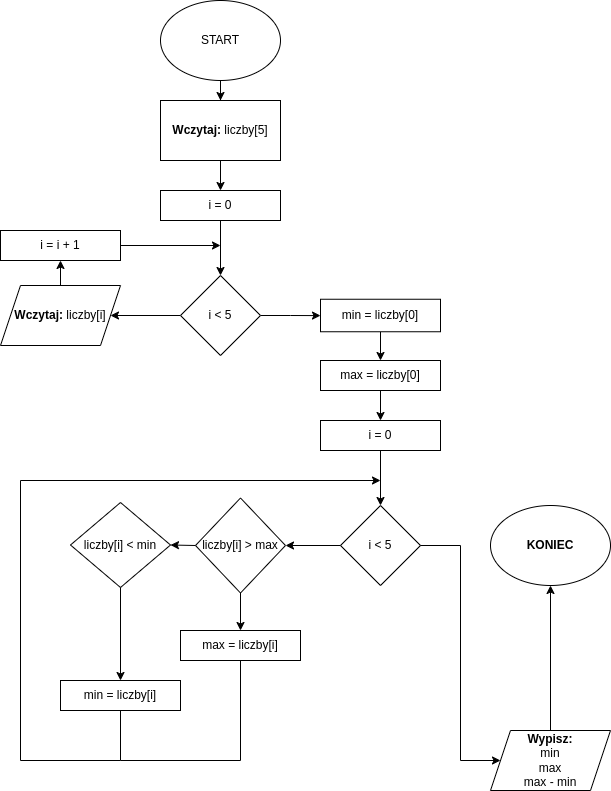
Earlier version of the draw.io export 04.drawio.png (UmarlyPoeta/podstawy_inf_sprawozdania). Source tidied: cells renumbered, new cells last; positions are measured from the earlier drawing's top-left corner, leaving out a move shared by most shapes.
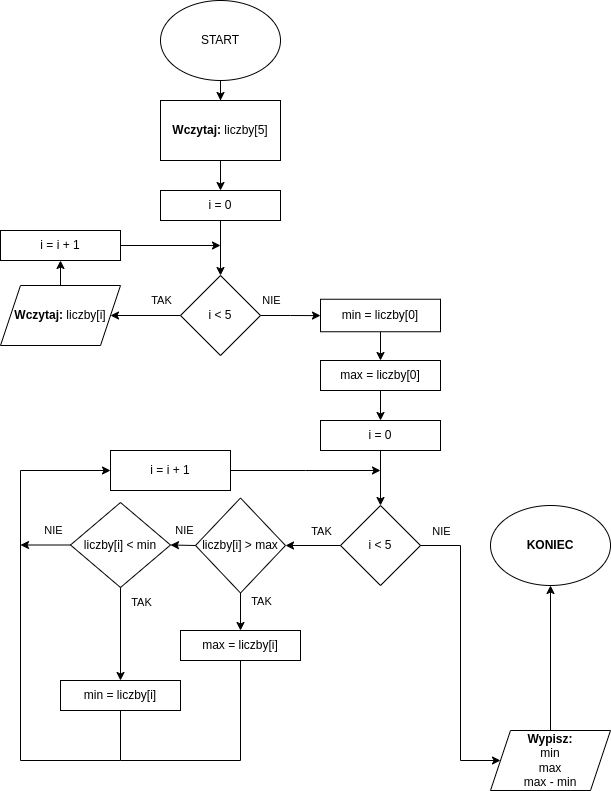
The same diagram one commit later.

What changed in the source:
```diff
@@ -26,9 +26,19 @@
     <mxCell id="9" style="edgeStyle=orthogonalEdgeStyle;rounded=0;jettySize=auto;html=1;" parent="1" edge="1" source="11" target="13">
       <mxGeometry relative="1" as="geometry" />
     </mxCell>
+    <mxCell id="39" value="TAK" style="edgeLabel;html=1;align=center;verticalAlign=middle;" parent="9" vertex="1">
+      <mxGeometry x="-0.26" relative="1" as="geometry">
+        <mxPoint x="6" y="-16" as="offset" />
+      </mxGeometry>
+    </mxCell>
     <mxCell id="10" style="edgeStyle=orthogonalEdgeStyle;rounded=0;jettySize=auto;html=1;" parent="1" edge="1" source="11" target="17">
       <mxGeometry relative="1" as="geometry" />
     </mxCell>
+    <mxCell id="40" value="NIE" style="edgeLabel;html=1;align=center;verticalAlign=middle;" parent="10" vertex="1">
+      <mxGeometry x="-0.23" y="-1" relative="1" as="geometry">
+        <mxPoint x="-13" y="-17" as="offset" />
+      </mxGeometry>
+    </mxCell>
     <mxCell id="11" value="i &amp;lt; 5" style="rhombus;whiteSpace=wrap;html=1;rounded=0;" parent="1" vertex="1">
       <mxGeometry x="180" y="275" width="80" height="80" as="geometry" />
     </mxCell>
@@ -70,6 +80,16 @@
     <mxCell id="23" value="liczby[i] &amp;gt; max" style="rhombus;whiteSpace=wrap;html=1;" parent="1" vertex="1">
       <mxGeometry x="195" y="497.5" width="90" height="95" as="geometry" />
     </mxCell>
+    <mxCell id="41" style="edgeStyle=orthogonalEdgeStyle;rounded=0;jettySize=auto;html=1;" parent="1" edge="1" source="24">
+      <mxGeometry relative="1" as="geometry">
+        <mxPoint x="20" y="544.5" as="targetPoint" />
+      </mxGeometry>
+    </mxCell>
+    <mxCell id="42" value="NIE" style="edgeLabel;html=1;align=center;verticalAlign=middle;" parent="41" vertex="1">
+      <mxGeometry x="-0.33" y="2" relative="1" as="geometry">
+        <mxPoint y="-17" as="offset" />
+      </mxGeometry>
+    </mxCell>
     <mxCell id="24" value="liczby[i] &amp;lt; min" style="rhombus;whiteSpace=wrap;html=1;" parent="1" vertex="1">
       <mxGeometry x="70" y="502" width="100" height="85" as="geometry" />
     </mxCell>
@@ -82,15 +102,35 @@
     <mxCell id="27" style="endArrow=classic;html=1;rounded=0;exitX=0;exitY=0.5;exitDx=0;exitDy=0;entryX=1;entryY=0.5;entryDx=0;entryDy=0;" parent="1" edge="1" source="22" target="23">
       <mxGeometry relative="1" as="geometry" />
     </mxCell>
+    <mxCell id="43" value="TAK" style="edgeLabel;html=1;align=center;verticalAlign=middle;" parent="27" vertex="1">
+      <mxGeometry x="-0.42" y="1" relative="1" as="geometry">
+        <mxPoint x="-4" y="-16" as="offset" />
+      </mxGeometry>
+    </mxCell>
     <mxCell id="28" style="endArrow=classic;html=1;rounded=0;exitX=0.5;exitY=1;exitDx=0;exitDy=0;entryX=0.5;entryY=0;entryDx=0;entryDy=0;" parent="1" edge="1" source="23" target="25">
       <mxGeometry relative="1" as="geometry" />
     </mxCell>
+    <mxCell id="44" value="TAK" style="edgeLabel;html=1;align=center;verticalAlign=middle;" parent="28" vertex="1">
+      <mxGeometry x="-0.07" y="2" relative="1" as="geometry">
+        <mxPoint x="18" y="-9" as="offset" />
+      </mxGeometry>
+    </mxCell>
     <mxCell id="29" style="endArrow=classic;html=1;rounded=0;exitX=0;exitY=0.5;exitDx=0;exitDy=0;entryX=1;entryY=0.5;entryDx=0;entryDy=0;" parent="1" edge="1" source="23" target="24">
       <mxGeometry relative="1" as="geometry" />
     </mxCell>
+    <mxCell id="45" value="NIE" style="edgeLabel;html=1;align=center;verticalAlign=middle;" parent="29" vertex="1">
+      <mxGeometry x="-0.12" y="2" relative="1" as="geometry">
+        <mxPoint y="-17" as="offset" />
+      </mxGeometry>
+    </mxCell>
     <mxCell id="30" style="endArrow=classic;html=1;rounded=0;exitX=0.5;exitY=1;exitDx=0;exitDy=0;entryX=0.5;entryY=0;entryDx=0;entryDy=0;" parent="1" edge="1" source="24" target="26">
       <mxGeometry relative="1" as="geometry" />
     </mxCell>
+    <mxCell id="46" value="TAK" style="edgeLabel;html=1;align=center;verticalAlign=middle;" parent="30" vertex="1">
+      <mxGeometry x="-0.7" y="1" relative="1" as="geometry">
+        <mxPoint x="19" as="offset" />
+      </mxGeometry>
+    </mxCell>
     <mxCell id="31" style="edgeStyle=orthogonalEdgeStyle;rounded=0;jettySize=auto;html=1;entryX=0.5;entryY=1;entryDx=0;entryDy=0;" parent="1" edge="1" source="32" target="33">
       <mxGeometry relative="1" as="geometry" />
     </mxCell>
@@ -108,6 +148,11 @@
         </Array>
       </mxGeometry>
     </mxCell>
+    <mxCell id="47" value="NIE" style="edgeLabel;html=1;align=center;verticalAlign=middle;" parent="34" vertex="1">
+      <mxGeometry x="0.84" y="-3" relative="1" as="geometry">
+        <mxPoint y="-12" as="offset" />
+      </mxGeometry>
+    </mxCell>
     <mxCell id="35" style="endArrow=classic;html=1;rounded=0;entryX=0;entryY=0.5;entryDx=0;entryDy=0;" parent="1" edge="1" target="32">
       <mxGeometry relative="1" as="geometry">
         <mxPoint x="460" y="760" as="sourcePoint" />
@@ -129,14 +174,21 @@
         </Array>
       </mxGeometry>
     </mxCell>
-    <mxCell id="38" style="endArrow=classic;html=1;rounded=0;" parent="1" edge="1">
+    <mxCell id="38" style="endArrow=classic;html=1;rounded=0;entryX=0;entryY=0.5;entryDx=0;entryDy=0;" parent="1" edge="1" target="49">
       <mxGeometry relative="1" as="geometry">
         <mxPoint x="20" y="760" as="sourcePoint" />
-        <mxPoint x="380" y="480" as="targetPoint" />
         <Array as="points">
-          <mxPoint x="20" y="480" />
+          <mxPoint x="20" y="470" />
         </Array>
       </mxGeometry>
     </mxCell>
+    <mxCell id="48" style="edgeStyle=orthogonalEdgeStyle;rounded=0;jettySize=auto;html=1;" parent="1" edge="1" source="49">
+      <mxGeometry relative="1" as="geometry">
+        <mxPoint x="380" y="470" as="targetPoint" />
+      </mxGeometry>
+    </mxCell>
+    <mxCell id="49" value="i = i + 1" style="rounded=0;whiteSpace=wrap;html=1;" parent="1" vertex="1">
+      <mxGeometry x="110" y="450" width="120" height="40" as="geometry" />
+    </mxCell>
   </root>
 </mxGraphModel>
```
